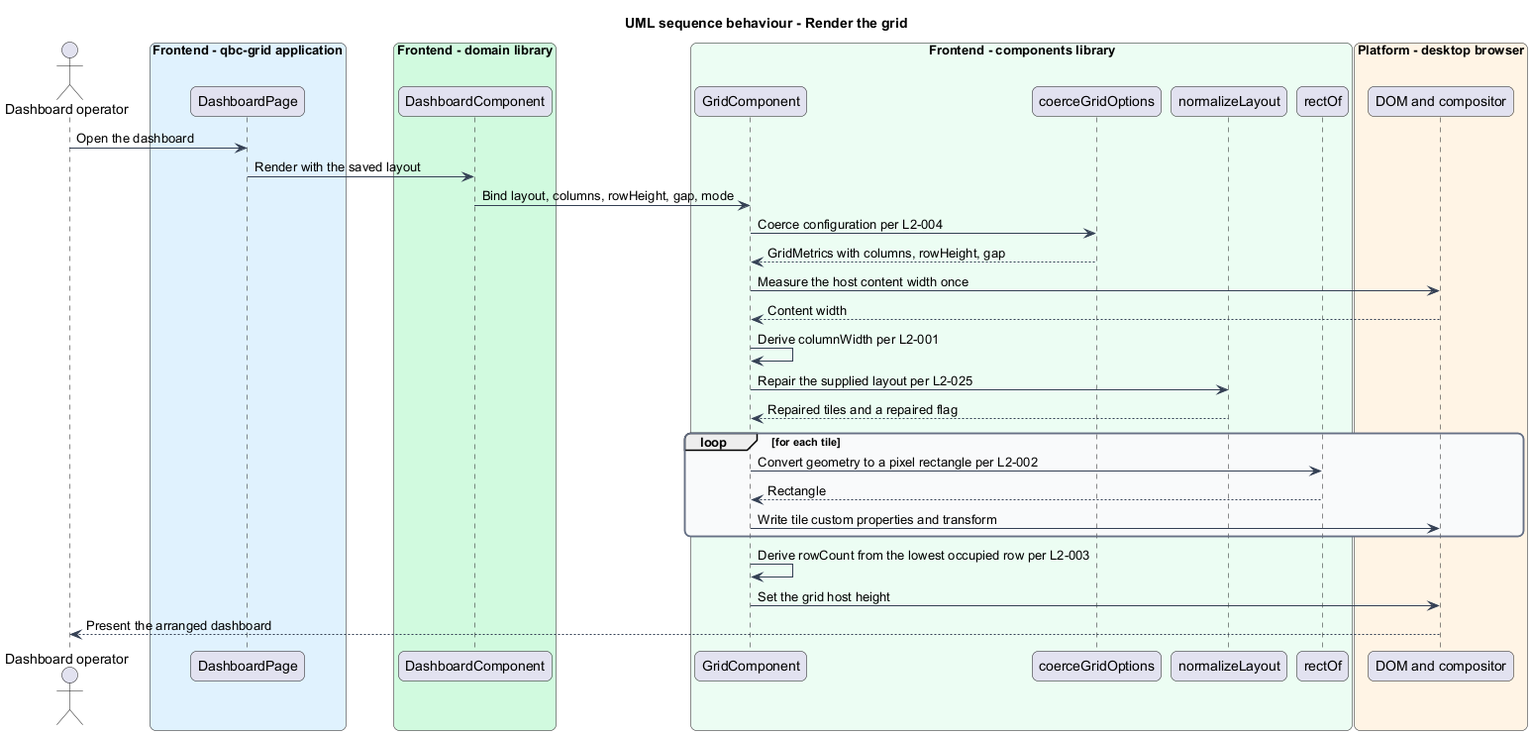
QuinntyneBrown/qbc-grid keeps this PlantUML diagram as docs/detailed-designs/grid-layout/render-grid/diagrams/sequence-render.png. Above is the earlier version. Source of this version:
```plantuml
@startuml
title UML sequence behaviour - Render the grid
skinparam backgroundColor #FFFFFF
skinparam shadowing false
skinparam roundcorner 12
skinparam defaultFontName Arial
skinparam ArrowColor #344054
skinparam rectangle {
  BorderColor #344054
  FontColor #101828
}
skinparam package {
  BorderColor #667085
  FontColor #101828
  BackgroundColor #F9FAFB
}
actor "Dashboard operator" as actor
box "Frontend - qbc-grid application" #E0F2FE
  participant "DashboardPage" as page
end box
box "Frontend - domain library" #D1FADF
  participant "DashboardComponent" as dashboard
end box
box "Frontend - components library" #ECFDF3
  participant "GridComponent" as grid
  participant "coerceGridOptions" as coerce
  participant "normalizeLayout" as normalize
  participant "rectOf" as rect
end box
box "Platform - desktop browser" #FFF4E5
  participant "DOM and compositor" as dom
end box

actor -> page : Open the dashboard
page -> dashboard : Render with the saved layout
dashboard -> grid : Bind layout, columns, rowHeight, gap, mode
grid -> coerce : Coerce configuration per L2-004
coerce --> grid : GridMetrics with columns, rowHeight, gap
grid -> dom : Measure the host content width once
dom --> grid : Content width
grid -> grid : Derive columnWidth per L2-001
grid -> normalize : Repair the supplied layout per L2-025
normalize --> grid : Repaired tiles and a repaired flag
loop for each tile
  grid -> rect : Convert geometry to a pixel rectangle per L2-002
  rect --> grid : Rectangle
  grid -> dom : Write tile custom properties and transform
end
grid -> grid : Derive rowCount from the lowest occupied row per L2-003
grid -> dom : Set the grid host height
dom --> actor : Present the arranged dashboard
@enduml
```
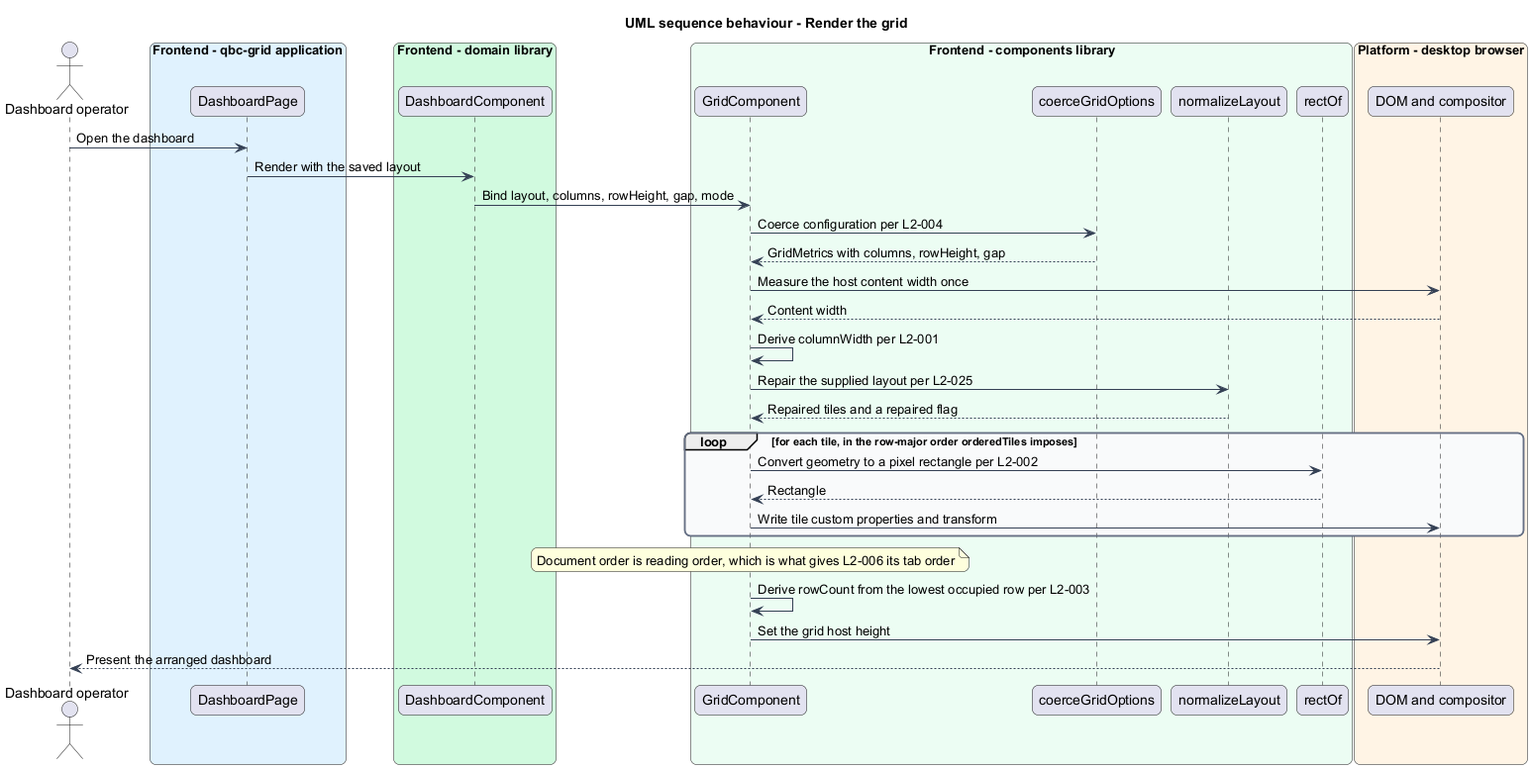
After the change.

Commit message:
docs: finish the diagram sweep, and guard requirement coverage

Diff of the diagram source:
```diff
@@ -41,11 +41,12 @@
 grid -> grid : Derive columnWidth per L2-001
 grid -> normalize : Repair the supplied layout per L2-025
 normalize --> grid : Repaired tiles and a repaired flag
-loop for each tile
+loop for each tile, in the row-major order orderedTiles imposes
   grid -> rect : Convert geometry to a pixel rectangle per L2-002
   rect --> grid : Rectangle
   grid -> dom : Write tile custom properties and transform
 end
+note over grid : Document order is reading order, which is what gives L2-006 its tab order
 grid -> grid : Derive rowCount from the lowest occupied row per L2-003
 grid -> dom : Set the grid host height
 dom --> actor : Present the arranged dashboard
```
